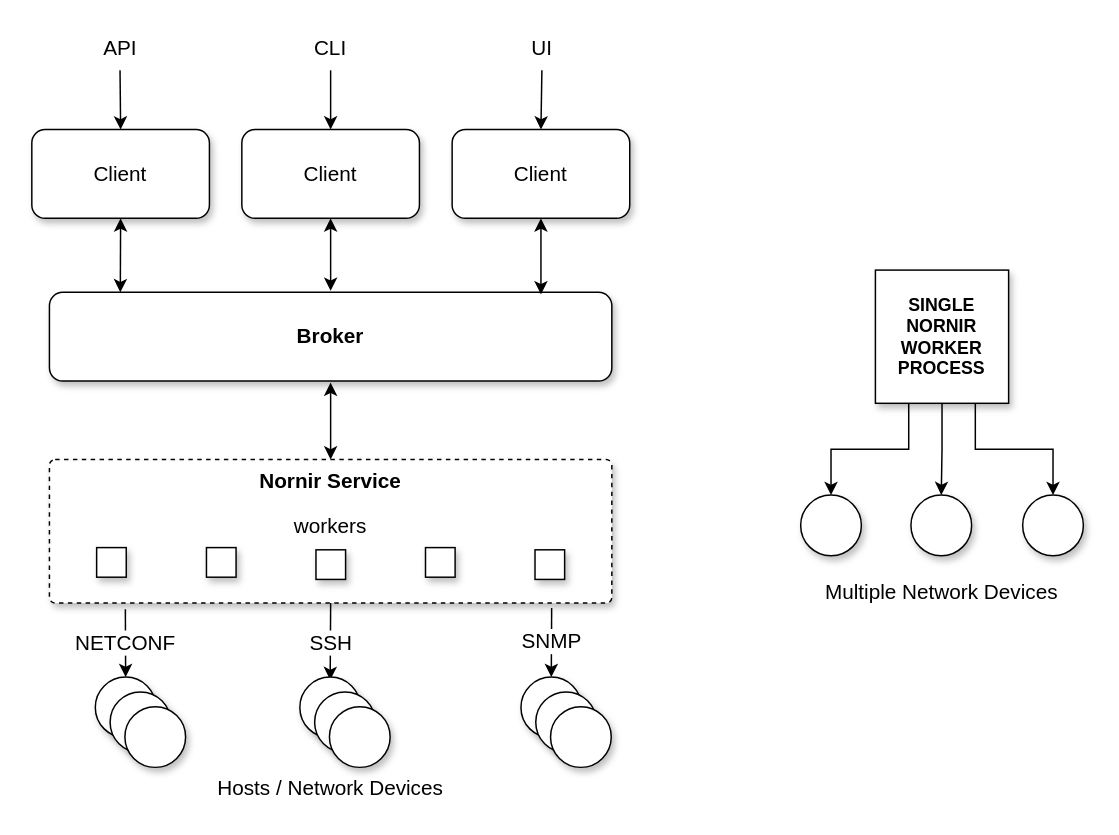
dmulyalin/NORFAB keeps this draw.io diagram as page "Nornir Service" (6 of 7) of docs/images/ArcOverview.drawio. Above is the earlier version. Source tidied: cells renumbered, new cells numbered last; positions are measured from the earlier drawing's top-left corner, leaving out a move shared by most shapes. Both pictures are drawn from the tidied source at 148%, with x=0, y=0 at pixel (31, 25).
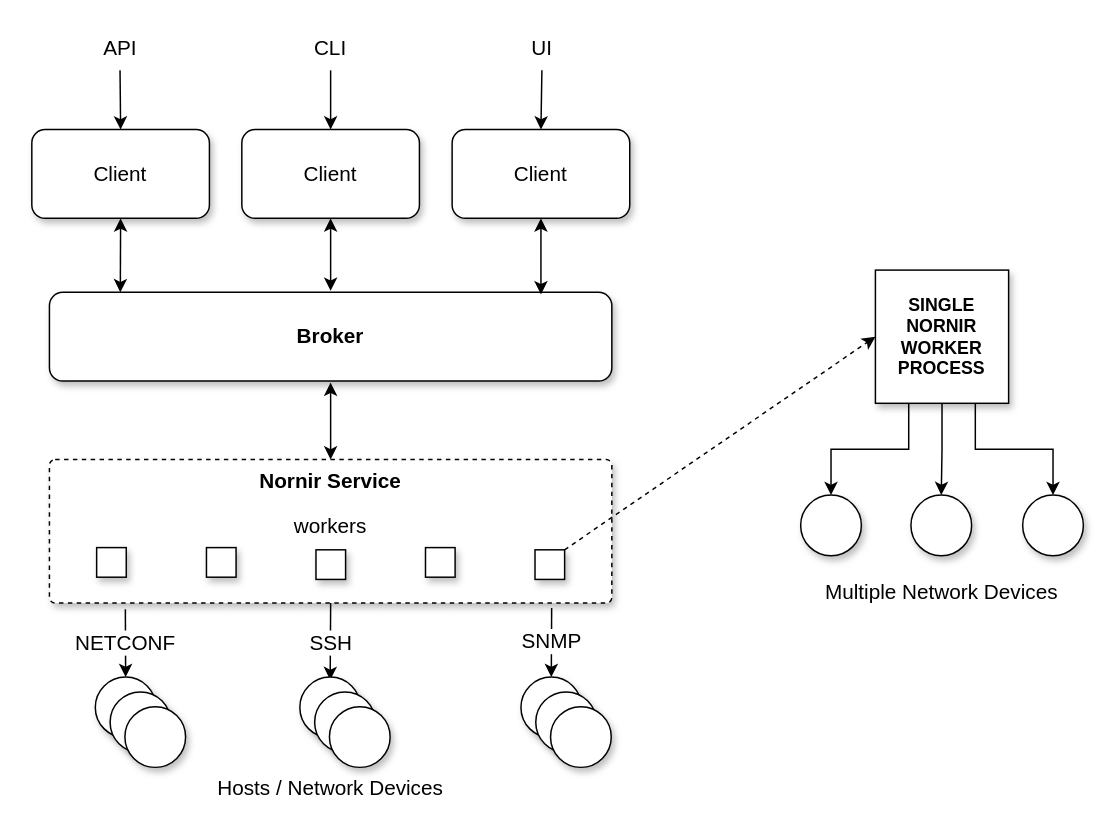
After the change.

Unchanged cells that the change refers to:
```xml
<mxCell id="39" value="SINGLE&lt;br&gt;NORNIR&lt;br&gt;WORKER&lt;br&gt;PROCESS" style="whiteSpace=wrap;html=1;shadow=1;glass=0;fontStyle=1;" parent="1" vertex="1">
  <mxGeometry x="570" y="165" width="90" height="90" as="geometry" />
</mxCell>
<mxCell id="44" style="whiteSpace=wrap;html=1;shadow=1;glass=0;" parent="1" vertex="1">
  <mxGeometry x="340" y="354" width="20" height="20" as="geometry" />
</mxCell>
```

Change to the diagram source:
```diff
@@
+    <mxCell id="45" style="rounded=0;jettySize=auto;html=1;exitX=1;exitY=0;exitDx=0;exitDy=0;entryX=0;entryY=0.5;entryDx=0;entryDy=0;dashed=1;" parent="1" edge="1" source="44" target="39">
+      <mxGeometry relative="1" as="geometry" />
+    </mxCell>
```
